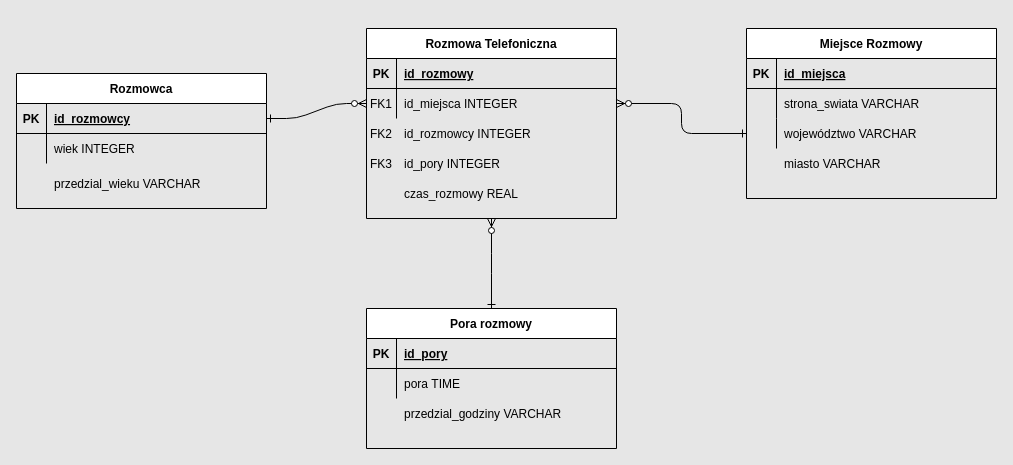
The draw.io diagram intro_databases/second_semester/schemat_hurtownia1.drawio in kinsin5/WSB, before the edit. Source tidied: cells renumbered, new cells numbered last; positions are measured from the earlier drawing's top-left corner, leaving out a move shared by most shapes. Both pictures are drawn from the tidied source at 100%, with x=0, y=0 at pixel (16, 28).
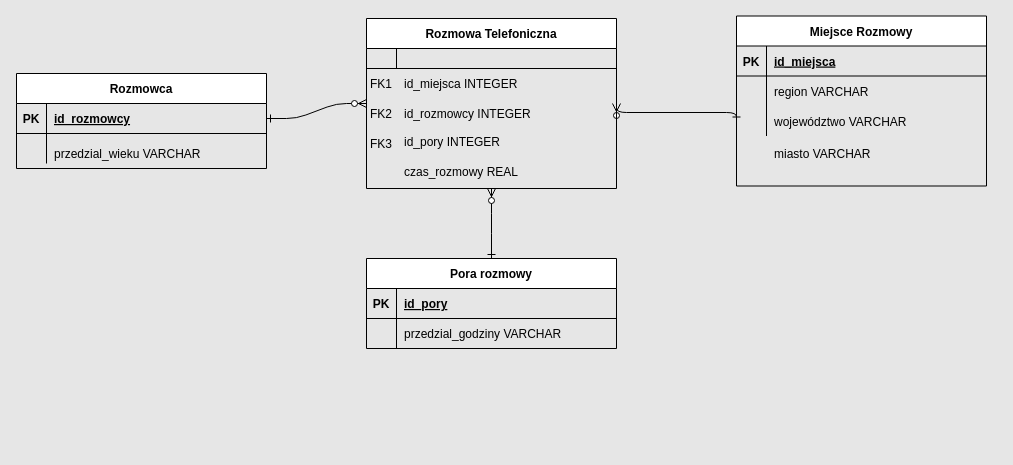
Above is the later version.

The change refers to these unchanged cells:
```xml
<mxCell id="11" style="shape=partialRectangle;fillColor=none;points=[[0,0.5],[1,0.5]];portConstraint=eastwest;top=0;left=0;right=0;bottom=1;" parent="10" vertex="1">
  <mxGeometry y="30" width="250" height="30" as="geometry" />
</mxCell>
<mxCell id="14" style="shape=partialRectangle;fillColor=none;top=0;left=0;right=0;bottom=0;" parent="10" vertex="1">
  <mxGeometry y="60" width="250" height="30" as="geometry" />
</mxCell>
<mxCell id="21" style="shape=partialRectangle;fillColor=none;top=0;left=0;right=0;bottom=0;" parent="17" vertex="1">
  <mxGeometry y="60" width="250" height="30" as="geometry" />
</mxCell>
<mxCell id="24" style="shape=partialRectangle;fillColor=none;points=[[0,0.5],[1,0.5]];portConstraint=eastwest;top=0;left=0;right=0;bottom=0;" parent="17" vertex="1">
  <mxGeometry y="90" width="250" height="30" as="geometry" />
</mxCell>
<mxCell id="38" style="shape=partialRectangle;fillColor=none;top=0;left=0;right=0;bottom=0;" parent="34" vertex="1">
  <mxGeometry y="60" width="250" height="30" as="geometry" />
</mxCell>
```

What changed in the source:
```diff
@@
-    <mxCell id="2" style="edgeStyle=elbowEdgeStyle;endArrow=ERzeroToMany;startArrow=ERone;endFill=1;startFill=0;elbow=vertical;exitX=0;exitY=0.5;exitDx=0;exitDy=0;entryX=1;entryY=0.5;entryDx=0;entryDy=0;" parent="1" edge="1" source="24" target="7">
-      <mxGeometry relative="1" as="geometry" />
+    <mxCell id="2" style="edgeStyle=elbowEdgeStyle;endArrow=ERzeroToMany;startArrow=ERone;endFill=1;startFill=0;elbow=vertical;exitX=0;exitY=0.5;exitDx=0;exitDy=0;entryX=1;entryY=0.5;entryDx=0;entryDy=0;" parent="1" edge="1" source="24">
+      <mxGeometry relative="1" as="geometry">
+        <mxPoint x="600" y="75" as="targetPoint" />
+      </mxGeometry>
     </mxCell>
     <mxCell id="3" value="Rozmowa Telefoniczna" style="shape=table;startSize=30;childLayout=tableLayout;rowLines=0;fontStyle=1;align=center;" parent="1" vertex="1">
-      <mxGeometry x="350" width="250" height="190" as="geometry" />
+      <mxGeometry x="350" y="-10" width="250" height="170" as="geometry" />
     </mxCell>
     <mxCell id="4" style="shape=partialRectangle;fillColor=none;top=0;left=0;right=0;bottom=1;" parent="3" vertex="1">
-      <mxGeometry y="30" width="250" height="30" as="geometry" />
+      <mxGeometry y="30" width="250" height="20" as="geometry" />
     </mxCell>
-    <mxCell id="5" value="PK" style="shape=partialRectangle;overflow=hidden;fillColor=none;top=0;left=0;bottom=0;right=0;fontStyle=1;" parent="4" vertex="1">
-      <mxGeometry width="30" height="30" as="geometry" />
+    <mxCell id="5" style="shape=partialRectangle;overflow=hidden;fillColor=none;top=0;left=0;bottom=0;right=0;fontStyle=1;" parent="4" vertex="1">
+      <mxGeometry width="30" height="20" as="geometry" />
     </mxCell>
-    <mxCell id="6" value="id_rozmowy" style="shape=partialRectangle;overflow=hidden;fillColor=none;top=0;left=0;bottom=0;right=0;align=left;spacingLeft=6;fontStyle=5;" parent="4" vertex="1">
-      <mxGeometry x="30" width="220" height="30" as="geometry" />
+    <mxCell id="6" style="shape=partialRectangle;overflow=hidden;fillColor=none;top=0;left=0;bottom=0;right=0;align=left;spacingLeft=6;fontStyle=5;" parent="4" vertex="1">
+      <mxGeometry x="30" width="220" height="20" as="geometry" />
     </mxCell>
-    <mxCell id="7" style="shape=partialRectangle;fillColor=none;points=[[0,0.5],[1,0.5]];portConstraint=eastwest;top=0;left=0;right=0;bottom=0;" parent="3" vertex="1">
-      <mxGeometry y="60" width="250" height="30" as="geometry" />
-    </mxCell>
-    <mxCell id="8" value="FK1" style="shape=partialRectangle;overflow=hidden;fillColor=none;top=0;left=0;bottom=0;right=0;" parent="7" vertex="1">
-      <mxGeometry width="30" height="30" as="geometry" />
-    </mxCell>
-    <mxCell id="9" value="id_miejsca INTEGER" style="shape=partialRectangle;overflow=hidden;fillColor=none;top=0;left=0;bottom=0;right=0;align=left;spacingLeft=6;" parent="7" vertex="1">
-      <mxGeometry x="30" width="220" height="30" as="geometry" />
-    </mxCell>
     <mxCell id="10" value="Rozmowca" style="shape=table;startSize=30;childLayout=tableLayout;rowLines=0;fontStyle=1;align=center;" parent="1" vertex="1">
-      <mxGeometry y="45" width="250" height="135" as="geometry" />
+      <mxGeometry y="45" width="250" height="95" as="geometry" />
     </mxCell>
@@
-    <mxCell id="16" value="wiek INTEGER" style="shape=partialRectangle;overflow=hidden;fillColor=none;top=0;left=0;bottom=0;right=0;align=left;spacingLeft=6;" parent="14" vertex="1">
+    <mxCell id="16" style="shape=partialRectangle;overflow=hidden;fillColor=none;top=0;left=0;bottom=0;right=0;align=left;spacingLeft=6;" parent="14" vertex="1">
       <mxGeometry x="30" width="220" height="30" as="geometry" />
     </mxCell>
     <mxCell id="17" value="Miejsce Rozmowy" style="shape=table;startSize=30;childLayout=tableLayout;rowLines=0;fontStyle=1;align=center;" parent="1" vertex="1">
-      <mxGeometry x="730" width="250" height="170" as="geometry" />
+      <mxGeometry x="720" y="-12.5" width="250" height="170" as="geometry" />
     </mxCell>
@@
-    <mxCell id="23" value="strona_swiata VARCHAR" style="shape=partialRectangle;overflow=hidden;fillColor=none;top=0;left=0;bottom=0;right=0;align=left;spacingLeft=6;" parent="21" vertex="1">
+    <mxCell id="23" value="region VARCHAR" style="shape=partialRectangle;overflow=hidden;fillColor=none;top=0;left=0;bottom=0;right=0;align=left;spacingLeft=6;" parent="21" vertex="1">
       <mxGeometry x="30" width="220" height="30" as="geometry" />
     </mxCell>
@@
     <mxCell id="27" value="miasto VARCHAR" style="shape=partialRectangle;overflow=hidden;fillColor=none;top=0;left=0;bottom=0;right=0;align=left;spacingLeft=6;" parent="1" vertex="1">
-      <mxGeometry x="760" y="120" width="220" height="30" as="geometry" />
+      <mxGeometry x="750" y="110" width="220" height="30" as="geometry" />
     </mxCell>
-    <mxCell id="28" style="edgeStyle=entityRelationEdgeStyle;endArrow=ERzeroToMany;startArrow=ERone;endFill=1;startFill=0;exitX=1;exitY=0.5;exitDx=0;exitDy=0;entryX=0;entryY=0.5;entryDx=0;entryDy=0;" parent="1" edge="1" source="11" target="7">
-      <mxGeometry relative="1" as="geometry" />
+    <mxCell id="28" style="edgeStyle=entityRelationEdgeStyle;endArrow=ERzeroToMany;startArrow=ERone;endFill=1;startFill=0;exitX=1;exitY=0.5;exitDx=0;exitDy=0;entryX=0;entryY=0.5;entryDx=0;entryDy=0;" parent="1" edge="1" source="11">
+      <mxGeometry relative="1" as="geometry">
+        <mxPoint x="350" y="75" as="targetPoint" />
+      </mxGeometry>
     </mxCell>
     <mxCell id="29" style="shape=partialRectangle;fillColor=none;top=0;left=0;right=0;bottom=0;" parent="1" vertex="1">
-      <mxGeometry x="350" y="90" width="250" height="30" as="geometry" />
+      <mxGeometry x="350" y="70" width="250" height="30" as="geometry" />
     </mxCell>
@@
     <mxCell id="32" value="id_pory INTEGER" style="shape=partialRectangle;overflow=hidden;fillColor=none;top=0;left=0;bottom=0;right=0;align=left;spacingLeft=6;" parent="1" vertex="1">
-      <mxGeometry x="380" y="120" width="220" height="30" as="geometry" />
+      <mxGeometry x="380" y="97.5" width="220" height="30" as="geometry" />
     </mxCell>
     <mxCell id="33" value="FK2" style="shape=partialRectangle;overflow=hidden;fillColor=none;top=0;left=0;bottom=0;right=0;" parent="1" vertex="1">
-      <mxGeometry x="350" y="90" width="30" height="30" as="geometry" />
+      <mxGeometry x="350" y="70" width="30" height="30" as="geometry" />
     </mxCell>
     <mxCell id="34" value="Pora rozmowy" style="shape=table;startSize=30;childLayout=tableLayout;rowLines=0;fontStyle=1;align=center;" parent="1" vertex="1">
-      <mxGeometry x="350" y="280" width="250" height="140" as="geometry" />
+      <mxGeometry x="350" y="230" width="250" height="90" as="geometry" />
     </mxCell>
@@
-    <mxCell id="40" value="pora TIME " style="shape=partialRectangle;overflow=hidden;fillColor=none;top=0;left=0;bottom=0;right=0;align=left;spacingLeft=6;" parent="38" vertex="1">
+    <mxCell id="40" style="shape=partialRectangle;overflow=hidden;fillColor=none;top=0;left=0;bottom=0;right=0;align=left;spacingLeft=6;" parent="38" vertex="1">
       <mxGeometry x="30" width="220" height="30" as="geometry" />
     </mxCell>
     <mxCell id="41" value="FK3" style="shape=partialRectangle;overflow=hidden;fillColor=none;top=0;left=0;bottom=0;right=0;" parent="1" vertex="1">
-      <mxGeometry x="350" y="120" width="30" height="30" as="geometry" />
+      <mxGeometry x="350" y="100" width="30" height="30" as="geometry" />
     </mxCell>
     <mxCell id="42" value="czas_rozmowy REAL" style="shape=partialRectangle;overflow=hidden;fillColor=none;top=0;left=0;bottom=0;right=0;align=left;spacingLeft=6;" parent="1" vertex="1">
-      <mxGeometry x="380" y="150" width="220" height="30" as="geometry" />
+      <mxGeometry x="380" y="127.5" width="220" height="30" as="geometry" />
     </mxCell>
@@
     <mxCell id="44" value="przedzial_wieku VARCHAR" style="shape=partialRectangle;overflow=hidden;fillColor=none;top=0;left=0;bottom=0;right=0;align=left;spacingLeft=6;" parent="1" vertex="1">
-      <mxGeometry x="30" y="140" width="220" height="30" as="geometry" />
+      <mxGeometry x="30" y="110" width="220" height="30" as="geometry" />
     </mxCell>
     <mxCell id="45" style="shape=partialRectangle;fillColor=none;top=0;left=0;right=0;bottom=0;" parent="1" vertex="1">
-      <mxGeometry x="350" y="370" width="250" height="30" as="geometry" />
+      <mxGeometry x="350" y="290" width="250" height="30" as="geometry" />
     </mxCell>
@@
+    <mxCell id="48" style="shape=partialRectangle;fillColor=none;top=0;left=0;right=0;bottom=0;" parent="1" vertex="1">
+      <mxGeometry x="350" y="40" width="250" height="30" as="geometry" />
+    </mxCell>
+    <mxCell id="8" value="FK1" style="shape=partialRectangle;overflow=hidden;fillColor=none;top=0;left=0;bottom=0;right=0;" parent="48" vertex="1">
+      <mxGeometry width="30" height="30" as="geometry" />
+    </mxCell>
+    <mxCell id="9" value="id_miejsca INTEGER" style="shape=partialRectangle;overflow=hidden;fillColor=none;top=0;left=0;bottom=0;right=0;align=left;spacingLeft=6;" parent="48" vertex="1">
+      <mxGeometry x="30" width="220" height="30" as="geometry" />
+    </mxCell>
```
